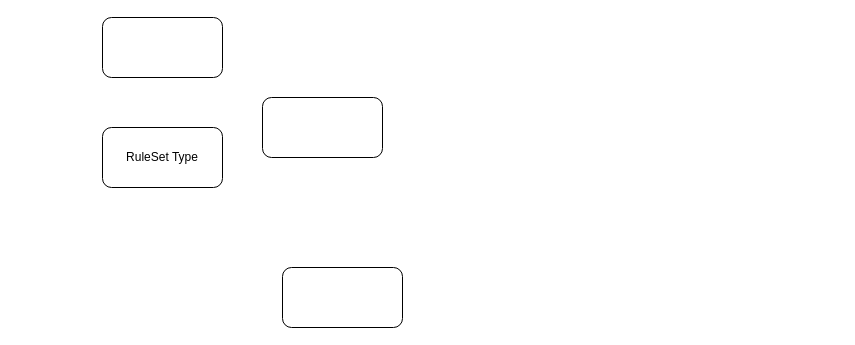
Before: page "Rules System Architecure" (2 of 2) of Domain Bound Rules Driven Orchestrations.drawio in MitchellFleming/Architecture, a draw.io diagram. Source tidied: cells renumbered, new cells numbered last; positions are measured from the earlier drawing's top-left corner, leaving out a move shared by most shapes. Both pictures are drawn from the tidied source at 100%, with x=0, y=0 at pixel (102, 17).
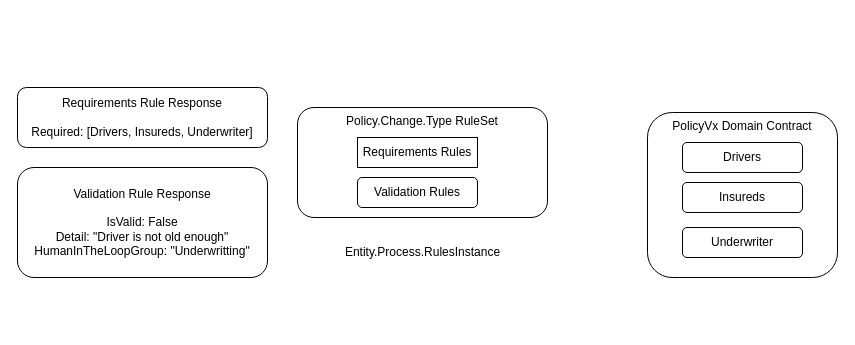
The same diagram, later.

Commit message:
feat: System Architecture

What changed in the source:
```diff
@@
 <mxGraphModel>
   <root>
     <mxCell id="0" />
     <mxCell id="1" parent="0" />
-    <mxCell id="2" value="&lt;div&gt;RuleSet Type &lt;br&gt;&lt;/div&gt;" style="rounded=1;whiteSpace=wrap;html=1;" parent="1" vertex="1">
-      <mxGeometry y="110" width="120" height="60" as="geometry" />
-    </mxCell>
-    <mxCell id="3" style="rounded=1;whiteSpace=wrap;html=1;" parent="1" vertex="1">
-      <mxGeometry x="160" y="80" width="120" height="60" as="geometry" />
-    </mxCell>
-    <mxCell id="4" style="rounded=1;whiteSpace=wrap;html=1;" parent="1" vertex="1">
-      <mxGeometry x="180" y="250" width="120" height="60" as="geometry" />
-    </mxCell>
-    <mxCell id="5" style="rounded=1;whiteSpace=wrap;html=1;" parent="1" vertex="1">
-      <mxGeometry width="120" height="60" as="geometry" />
-    </mxCell>
+    <mxCell id="6" value="&lt;div&gt;Requirements Rule Response&lt;/div&gt;&lt;div&gt;&lt;br&gt;&lt;/div&gt;&lt;div&gt;Required: [Drivers, Insureds, Underwriter]&lt;/div&gt;" style="rounded=1;whiteSpace=wrap;html=1;" parent="1" vertex="1">
+      <mxGeometry x="-85" y="70" width="250" height="60" as="geometry" />
+    </mxCell>
+    <mxCell id="7" value="&lt;div&gt;Validation Rule Response&lt;/div&gt;&lt;div&gt;&lt;br&gt;&lt;/div&gt;&lt;div&gt;IsValid: False&lt;/div&gt;&lt;div&gt;Detail: &quot;Driver is not old enough&quot;&lt;/div&gt;&lt;div&gt;HumanInTheLoopGroup: &quot;Underwritting&quot;&lt;/div&gt;" style="rounded=1;whiteSpace=wrap;html=1;" parent="1" vertex="1">
+      <mxGeometry x="-85" y="150" width="250" height="110" as="geometry" />
+    </mxCell>
+    <mxCell id="8" value="&lt;div&gt;Policy.Change.Type RuleSet&lt;/div&gt;&lt;div&gt;&lt;br&gt;&lt;/div&gt;" style="rounded=1;whiteSpace=wrap;html=1;verticalAlign=top;" parent="1" vertex="1">
+      <mxGeometry x="195" y="90" width="250" height="110" as="geometry" />
+    </mxCell>
+    <mxCell id="9" value="Requirements Rules" style="rounded=1;whiteSpace=wrap;html=1;arcSize=0;" parent="1" vertex="1">
+      <mxGeometry x="255" y="120" width="120" height="30" as="geometry" />
+    </mxCell>
+    <mxCell id="10" value="Validation Rules" style="rounded=1;whiteSpace=wrap;html=1;" parent="1" vertex="1">
+      <mxGeometry x="255" y="160" width="120" height="30" as="geometry" />
+    </mxCell>
+    <mxCell id="11" value="PolicyVx Domain Contract" style="rounded=1;whiteSpace=wrap;html=1;verticalAlign=top;" parent="1" vertex="1">
+      <mxGeometry x="545" y="95" width="190" height="165" as="geometry" />
+    </mxCell>
+    <mxCell id="12" value="Drivers" style="rounded=1;whiteSpace=wrap;html=1;" parent="1" vertex="1">
+      <mxGeometry x="580" y="125" width="120" height="30" as="geometry" />
+    </mxCell>
+    <mxCell id="13" value="Insureds" style="rounded=1;whiteSpace=wrap;html=1;" parent="1" vertex="1">
+      <mxGeometry x="580" y="165" width="120" height="30" as="geometry" />
+    </mxCell>
+    <mxCell id="14" value="Underwriter" style="rounded=1;whiteSpace=wrap;html=1;" parent="1" vertex="1">
+      <mxGeometry x="580" y="210" width="120" height="30" as="geometry" />
+    </mxCell>
+    <mxCell id="15" value="&lt;div&gt;Entity.Process.RulesInstance&lt;/div&gt;" style="text;html=1;align=center;verticalAlign=middle;strokeColor=none;fillColor=none;" parent="1" vertex="1">
+      <mxGeometry x="230" y="220" width="180" height="30" as="geometry" />
+    </mxCell>
   </root>
 </mxGraphModel>
```
